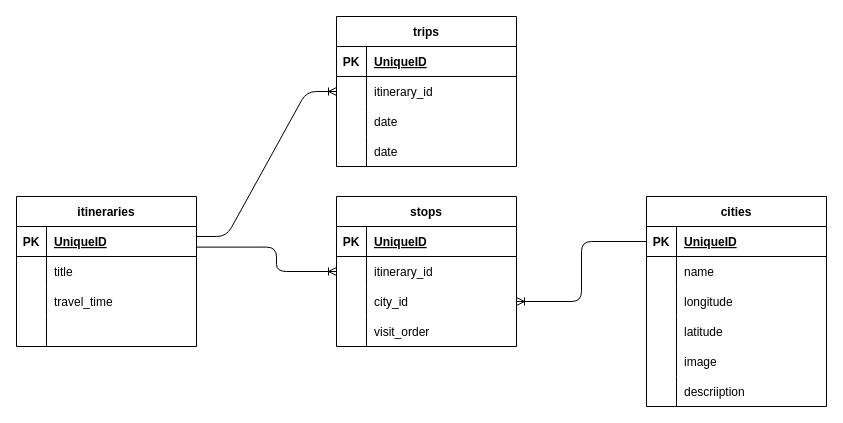
This is trip.drawio from Federicaye/travel-app, a draw.io file, before an edit. Source tidied: cells renumbered, new cells numbered last; positions are measured from the earlier drawing's top-left corner, leaving out a move shared by most shapes. Both pictures are drawn from the tidied source at 100%, with x=0, y=0 at pixel (16, 16).
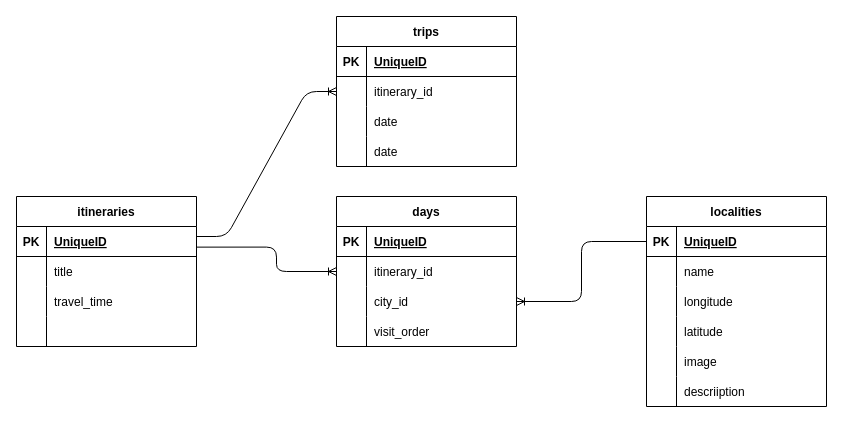
After the change.

Diff of the diagram source:
```diff
@@
-    <mxCell id="15" value="cities" style="shape=table;startSize=30;childLayout=tableLayout;rowLines=0;fontStyle=1;align=center;" parent="1" vertex="1">
+    <mxCell id="15" value="localities" style="shape=table;startSize=30;childLayout=tableLayout;rowLines=0;fontStyle=1;align=center;" parent="1" vertex="1">
       <mxGeometry x="630" y="180" width="180" height="210" as="geometry" />
     </mxCell>
@@
-    <mxCell id="34" value="stops" style="shape=table;startSize=30;childLayout=tableLayout;rowLines=0;fontStyle=1;align=center;" parent="1" vertex="1">
+    <mxCell id="34" value="days" style="shape=table;startSize=30;childLayout=tableLayout;rowLines=0;fontStyle=1;align=center;" parent="1" vertex="1">
       <mxGeometry x="320" y="180" width="180" height="150" as="geometry" />
     </mxCell>
```
